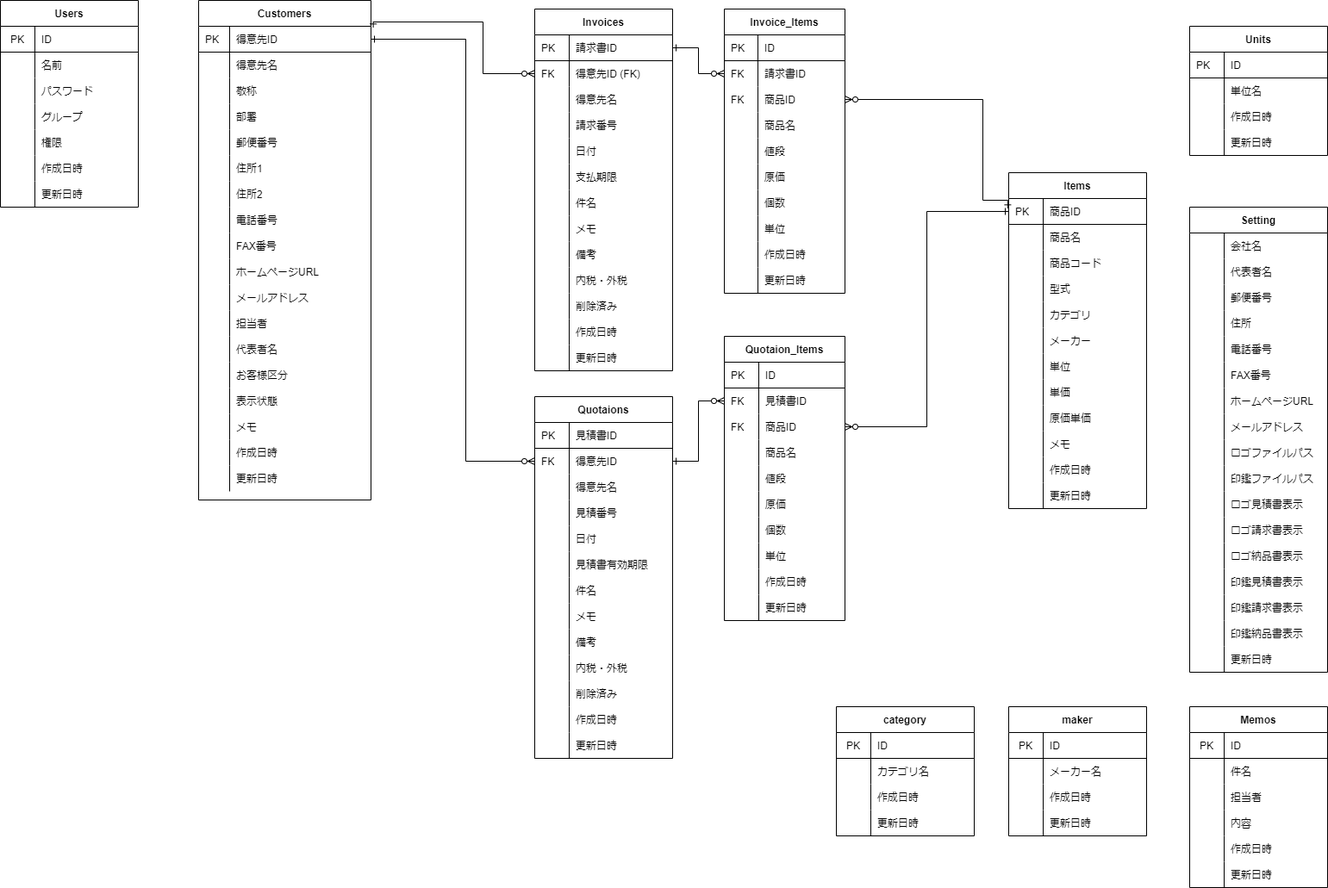
Before: soho_er.png, a diagram exported from draw.io (gamasenninn/caddie-clone). Source tidied: cells renumbered, new cells last; positions are measured from the earlier drawing's top-left corner, leaving out a move shared by most shapes.
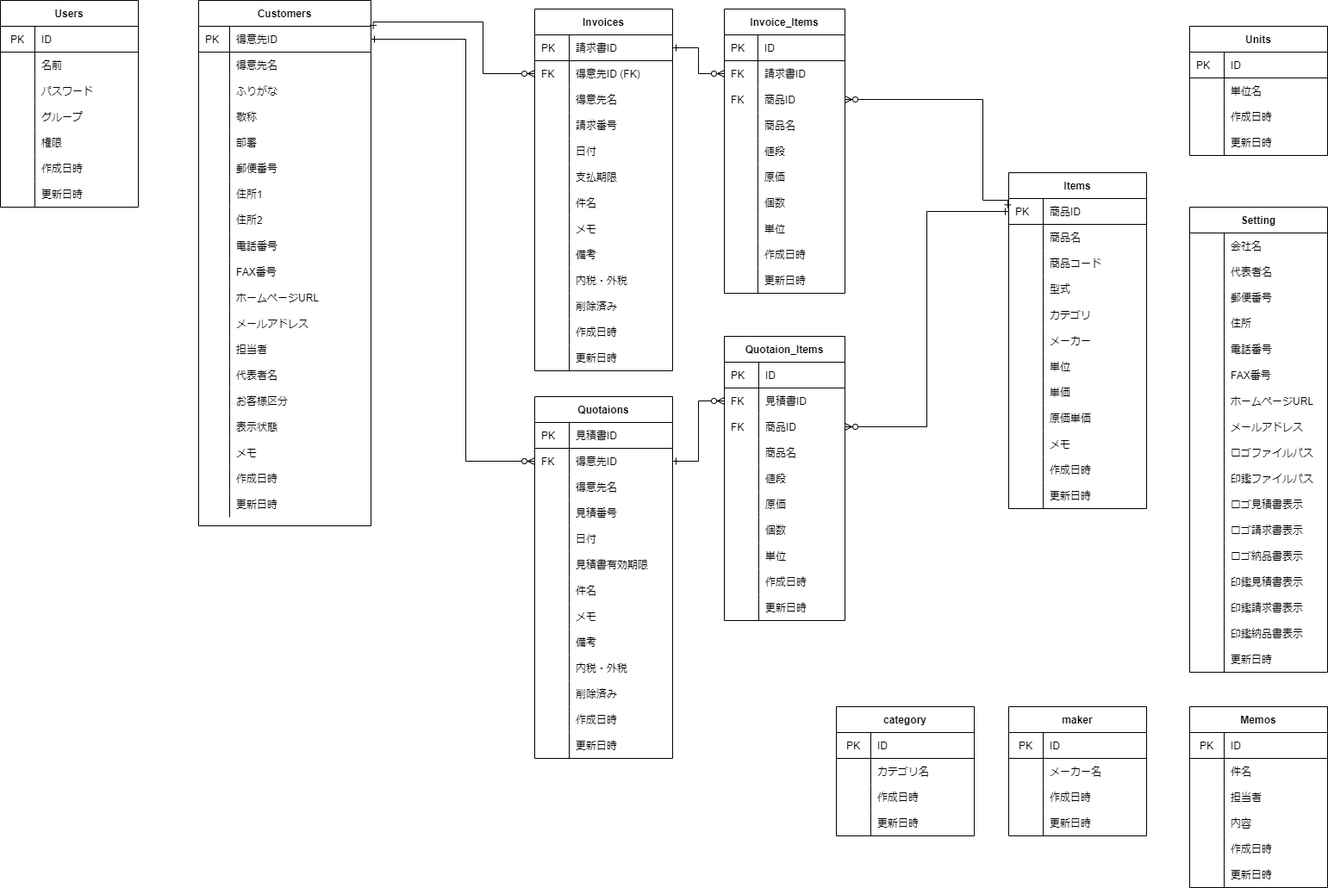
After the commit.

What changed in the source:
```diff
@@ -3,7 +3,7 @@
     <mxCell id="0" />
     <mxCell id="1" parent="0" />
     <mxCell id="2" value="Customers" style="shape=table;startSize=30;rowLines=0;fontStyle=1;align=center;" parent="1" vertex="1">
-      <mxGeometry x="230" width="200" height="580" as="geometry" />
+      <mxGeometry x="230" width="200" height="610" as="geometry" />
     </mxCell>
     <mxCell id="3" style="shape=partialRectangle;html=1;whiteSpace=wrap;fillColor=none;top=0;left=0;bottom=1;right=0;points=[[0,0.5],[1,0.5]];portConstraint=eastwest;" parent="2" vertex="1">
       <mxGeometry y="30" width="200" height="30" as="geometry" />
@@ -23,8 +23,17 @@
     <mxCell id="8" value="得意先名" style="shape=partialRectangle;html=1;whiteSpace=wrap;fillColor=none;top=0;left=0;bottom=0;right=0;align=left;spacingLeft=6;overflow=hidden;" parent="6" vertex="1">
       <mxGeometry x="36" width="164" height="30" as="geometry" />
     </mxCell>
+    <mxCell id="374" style="shape=partialRectangle;html=1;whiteSpace=wrap;fillColor=none;top=0;left=0;bottom=0;right=0;" parent="2" vertex="1">
+      <mxGeometry y="90" width="200" height="30" as="geometry" />
+    </mxCell>
+    <mxCell id="375" style="shape=partialRectangle;html=1;whiteSpace=wrap;fillColor=none;top=0;left=0;bottom=0;right=0;align=left;spacingLeft=6;overflow=hidden;" parent="374" vertex="1">
+      <mxGeometry width="36" height="30" as="geometry" />
+    </mxCell>
+    <mxCell id="376" value="ふりがな" style="shape=partialRectangle;html=1;whiteSpace=wrap;fillColor=none;top=0;left=0;bottom=0;right=0;align=left;spacingLeft=6;overflow=hidden;" parent="374" vertex="1">
+      <mxGeometry x="36" width="164" height="30" as="geometry" />
+    </mxCell>
     <mxCell id="9" style="shape=partialRectangle;html=1;whiteSpace=wrap;fillColor=none;top=0;left=0;bottom=0;right=0;" parent="2" vertex="1">
-      <mxGeometry y="90" width="200" height="30" as="geometry" />
+      <mxGeometry y="120" width="200" height="30" as="geometry" />
     </mxCell>
     <mxCell id="10" style="shape=partialRectangle;html=1;whiteSpace=wrap;fillColor=none;top=0;left=0;bottom=0;right=0;align=left;spacingLeft=6;overflow=hidden;" parent="9" vertex="1">
       <mxGeometry width="36" height="30" as="geometry" />
@@ -33,7 +42,7 @@
       <mxGeometry x="36" width="164" height="30" as="geometry" />
     </mxCell>
     <mxCell id="12" style="shape=partialRectangle;html=1;whiteSpace=wrap;fillColor=none;top=0;left=0;bottom=0;right=0;" parent="2" vertex="1">
-      <mxGeometry y="120" width="200" height="30" as="geometry" />
+      <mxGeometry y="150" width="200" height="30" as="geometry" />
     </mxCell>
     <mxCell id="13" style="shape=partialRectangle;html=1;whiteSpace=wrap;fillColor=none;top=0;left=0;bottom=0;right=0;align=left;spacingLeft=6;overflow=hidden;" parent="12" vertex="1">
       <mxGeometry width="36" height="30" as="geometry" />
@@ -42,7 +51,7 @@
       <mxGeometry x="36" width="164" height="30" as="geometry" />
     </mxCell>
     <mxCell id="15" style="shape=partialRectangle;html=1;whiteSpace=wrap;fillColor=none;top=0;left=0;bottom=0;right=0;" parent="2" vertex="1">
-      <mxGeometry y="150" width="200" height="30" as="geometry" />
+      <mxGeometry y="180" width="200" height="30" as="geometry" />
     </mxCell>
     <mxCell id="16" style="shape=partialRectangle;html=1;whiteSpace=wrap;fillColor=none;top=0;left=0;bottom=0;right=0;align=left;spacingLeft=6;overflow=hidden;" parent="15" vertex="1">
       <mxGeometry width="36" height="30" as="geometry" />
@@ -51,7 +60,7 @@
       <mxGeometry x="36" width="164" height="30" as="geometry" />
     </mxCell>
     <mxCell id="18" style="shape=partialRectangle;html=1;whiteSpace=wrap;fillColor=none;top=0;left=0;bottom=0;right=0;" parent="2" vertex="1">
-      <mxGeometry y="180" width="200" height="30" as="geometry" />
+      <mxGeometry y="210" width="200" height="30" as="geometry" />
     </mxCell>
     <mxCell id="19" style="shape=partialRectangle;html=1;whiteSpace=wrap;fillColor=none;top=0;left=0;bottom=0;right=0;align=left;spacingLeft=6;overflow=hidden;" parent="18" vertex="1">
       <mxGeometry width="36" height="30" as="geometry" />
@@ -60,7 +69,7 @@
       <mxGeometry x="36" width="164" height="30" as="geometry" />
     </mxCell>
     <mxCell id="21" style="shape=partialRectangle;html=1;whiteSpace=wrap;fillColor=none;top=0;left=0;bottom=0;right=0;" parent="2" vertex="1">
-      <mxGeometry y="210" width="200" height="30" as="geometry" />
+      <mxGeometry y="240" width="200" height="30" as="geometry" />
     </mxCell>
     <mxCell id="22" style="shape=partialRectangle;html=1;whiteSpace=wrap;fillColor=none;top=0;left=0;bottom=0;right=0;align=left;spacingLeft=6;overflow=hidden;" parent="21" vertex="1">
       <mxGeometry width="36" height="30" as="geometry" />
@@ -69,7 +78,7 @@
       <mxGeometry x="36" width="164" height="30" as="geometry" />
     </mxCell>
     <mxCell id="24" style="shape=partialRectangle;html=1;whiteSpace=wrap;fillColor=none;top=0;left=0;bottom=0;right=0;" parent="2" vertex="1">
-      <mxGeometry y="240" width="200" height="30" as="geometry" />
+      <mxGeometry y="270" width="200" height="30" as="geometry" />
     </mxCell>
     <mxCell id="25" style="shape=partialRectangle;html=1;whiteSpace=wrap;fillColor=none;top=0;left=0;bottom=0;right=0;align=left;spacingLeft=6;overflow=hidden;" parent="24" vertex="1">
       <mxGeometry width="36" height="30" as="geometry" />
@@ -78,7 +87,7 @@
       <mxGeometry x="36" width="164" height="30" as="geometry" />
     </mxCell>
     <mxCell id="27" style="shape=partialRectangle;html=1;whiteSpace=wrap;fillColor=none;top=0;left=0;bottom=0;right=0;" parent="2" vertex="1">
-      <mxGeometry y="270" width="200" height="30" as="geometry" />
+      <mxGeometry y="300" width="200" height="30" as="geometry" />
     </mxCell>
     <mxCell id="28" style="shape=partialRectangle;html=1;whiteSpace=wrap;fillColor=none;top=0;left=0;bottom=0;right=0;align=left;spacingLeft=6;overflow=hidden;" parent="27" vertex="1">
       <mxGeometry width="36" height="30" as="geometry" />
@@ -87,7 +96,7 @@
       <mxGeometry x="36" width="164" height="30" as="geometry" />
     </mxCell>
     <mxCell id="30" style="shape=partialRectangle;html=1;whiteSpace=wrap;fillColor=none;top=0;left=0;bottom=0;right=0;" parent="2" vertex="1">
-      <mxGeometry y="300" width="200" height="30" as="geometry" />
+      <mxGeometry y="330" width="200" height="30" as="geometry" />
     </mxCell>
     <mxCell id="31" style="shape=partialRectangle;html=1;whiteSpace=wrap;fillColor=none;top=0;left=0;bottom=0;right=0;align=left;spacingLeft=6;overflow=hidden;" parent="30" vertex="1">
       <mxGeometry width="36" height="30" as="geometry" />
@@ -96,7 +105,7 @@
       <mxGeometry x="36" width="164" height="30" as="geometry" />
     </mxCell>
     <mxCell id="33" style="shape=partialRectangle;html=1;whiteSpace=wrap;fillColor=none;top=0;left=0;bottom=0;right=0;" parent="2" vertex="1">
-      <mxGeometry y="330" width="200" height="30" as="geometry" />
+      <mxGeometry y="360" width="200" height="30" as="geometry" />
     </mxCell>
     <mxCell id="34" style="shape=partialRectangle;html=1;whiteSpace=wrap;fillColor=none;top=0;left=0;bottom=0;right=0;align=left;spacingLeft=6;overflow=hidden;" parent="33" vertex="1">
       <mxGeometry width="36" height="30" as="geometry" />
@@ -105,7 +114,7 @@
       <mxGeometry x="36" width="164" height="30" as="geometry" />
     </mxCell>
     <mxCell id="36" style="shape=partialRectangle;html=1;whiteSpace=wrap;fillColor=none;top=0;left=0;bottom=0;right=0;" parent="2" vertex="1">
-      <mxGeometry y="360" width="200" height="30" as="geometry" />
+      <mxGeometry y="390" width="200" height="30" as="geometry" />
     </mxCell>
     <mxCell id="37" style="shape=partialRectangle;html=1;whiteSpace=wrap;fillColor=none;top=0;left=0;bottom=0;right=0;align=left;spacingLeft=6;overflow=hidden;" parent="36" vertex="1">
       <mxGeometry width="36" height="30" as="geometry" />
@@ -114,7 +123,7 @@
       <mxGeometry x="36" width="164" height="30" as="geometry" />
     </mxCell>
     <mxCell id="39" style="shape=partialRectangle;html=1;whiteSpace=wrap;fillColor=none;top=0;left=0;bottom=0;right=0;" parent="2" vertex="1">
-      <mxGeometry y="390" width="200" height="30" as="geometry" />
+      <mxGeometry y="420" width="200" height="30" as="geometry" />
     </mxCell>
     <mxCell id="40" style="shape=partialRectangle;html=1;whiteSpace=wrap;fillColor=none;top=0;left=0;bottom=0;right=0;align=left;spacingLeft=6;overflow=hidden;" parent="39" vertex="1">
       <mxGeometry width="36" height="30" as="geometry" />
@@ -123,7 +132,7 @@
       <mxGeometry x="36" width="164" height="30" as="geometry" />
     </mxCell>
     <mxCell id="42" style="shape=partialRectangle;html=1;whiteSpace=wrap;fillColor=none;top=0;left=0;bottom=0;right=0;" parent="2" vertex="1">
-      <mxGeometry y="420" width="200" height="30" as="geometry" />
+      <mxGeometry y="450" width="200" height="30" as="geometry" />
     </mxCell>
     <mxCell id="43" style="shape=partialRectangle;html=1;whiteSpace=wrap;fillColor=none;top=0;left=0;bottom=0;right=0;align=left;spacingLeft=6;overflow=hidden;" parent="42" vertex="1">
       <mxGeometry width="36" height="30" as="geometry" />
@@ -132,7 +141,7 @@
       <mxGeometry x="36" width="164" height="30" as="geometry" />
     </mxCell>
     <mxCell id="45" style="shape=partialRectangle;html=1;whiteSpace=wrap;fillColor=none;top=0;left=0;bottom=0;right=0;" parent="2" vertex="1">
-      <mxGeometry y="450" width="200" height="30" as="geometry" />
+      <mxGeometry y="480" width="200" height="30" as="geometry" />
     </mxCell>
     <mxCell id="46" style="shape=partialRectangle;html=1;whiteSpace=wrap;fillColor=none;top=0;left=0;bottom=0;right=0;align=left;spacingLeft=6;overflow=hidden;" parent="45" vertex="1">
       <mxGeometry width="36" height="30" as="geometry" />
@@ -141,7 +150,7 @@
       <mxGeometry x="36" width="164" height="30" as="geometry" />
     </mxCell>
     <mxCell id="48" style="shape=partialRectangle;html=1;whiteSpace=wrap;fillColor=none;top=0;left=0;bottom=0;right=0;" parent="2" vertex="1">
-      <mxGeometry y="480" width="200" height="30" as="geometry" />
+      <mxGeometry y="510" width="200" height="30" as="geometry" />
     </mxCell>
     <mxCell id="49" style="shape=partialRectangle;html=1;whiteSpace=wrap;fillColor=none;top=0;left=0;bottom=0;right=0;align=left;spacingLeft=6;overflow=hidden;" parent="48" vertex="1">
       <mxGeometry width="36" height="30" as="geometry" />
@@ -150,7 +159,7 @@
       <mxGeometry x="36" width="164" height="30" as="geometry" />
     </mxCell>
     <mxCell id="51" style="shape=partialRectangle;html=1;whiteSpace=wrap;fillColor=none;top=0;left=0;bottom=0;right=0;" parent="2" vertex="1">
-      <mxGeometry y="510" width="200" height="30" as="geometry" />
+      <mxGeometry y="540" width="200" height="30" as="geometry" />
     </mxCell>
     <mxCell id="52" style="shape=partialRectangle;html=1;whiteSpace=wrap;fillColor=none;top=0;left=0;bottom=0;right=0;align=left;spacingLeft=6;overflow=hidden;" parent="51" vertex="1">
       <mxGeometry width="36" height="30" as="geometry" />
@@ -159,7 +168,7 @@
       <mxGeometry x="36" width="164" height="30" as="geometry" />
     </mxCell>
     <mxCell id="54" style="shape=partialRectangle;html=1;whiteSpace=wrap;fillColor=none;top=0;left=0;bottom=0;right=0;" parent="2" vertex="1">
-      <mxGeometry y="540" width="200" height="30" as="geometry" />
+      <mxGeometry y="570" width="200" height="30" as="geometry" />
     </mxCell>
     <mxCell id="55" style="shape=partialRectangle;html=1;whiteSpace=wrap;fillColor=none;top=0;left=0;bottom=0;right=0;align=left;spacingLeft=6;overflow=hidden;" parent="54" vertex="1">
       <mxGeometry width="36" height="30" as="geometry" />
```
